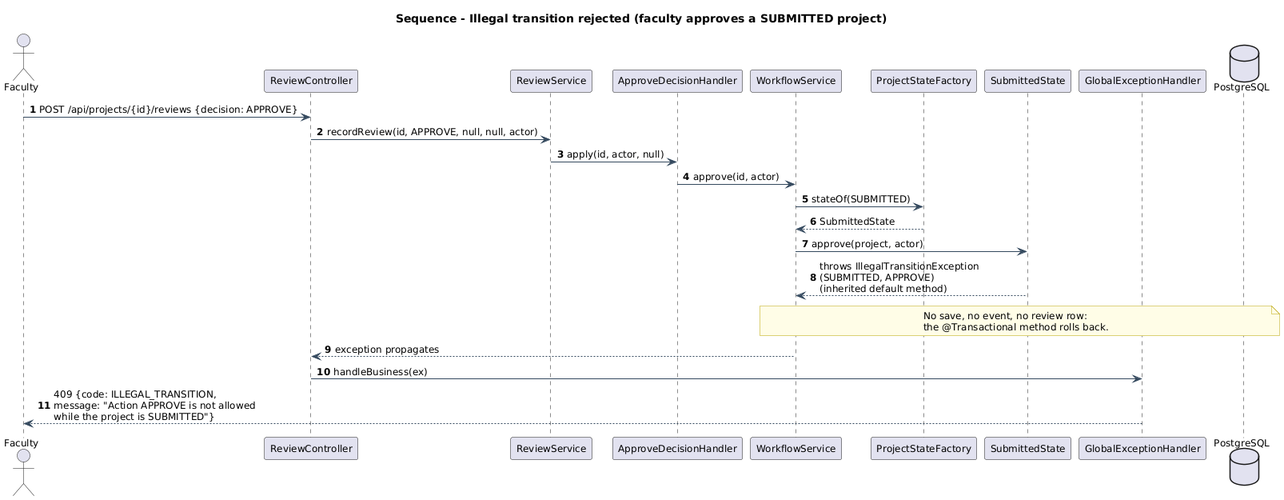
Earlier version of the PlantUML export docs/uml/png/08_seq_illegal_transition.png (udita-0707/Prastaav).
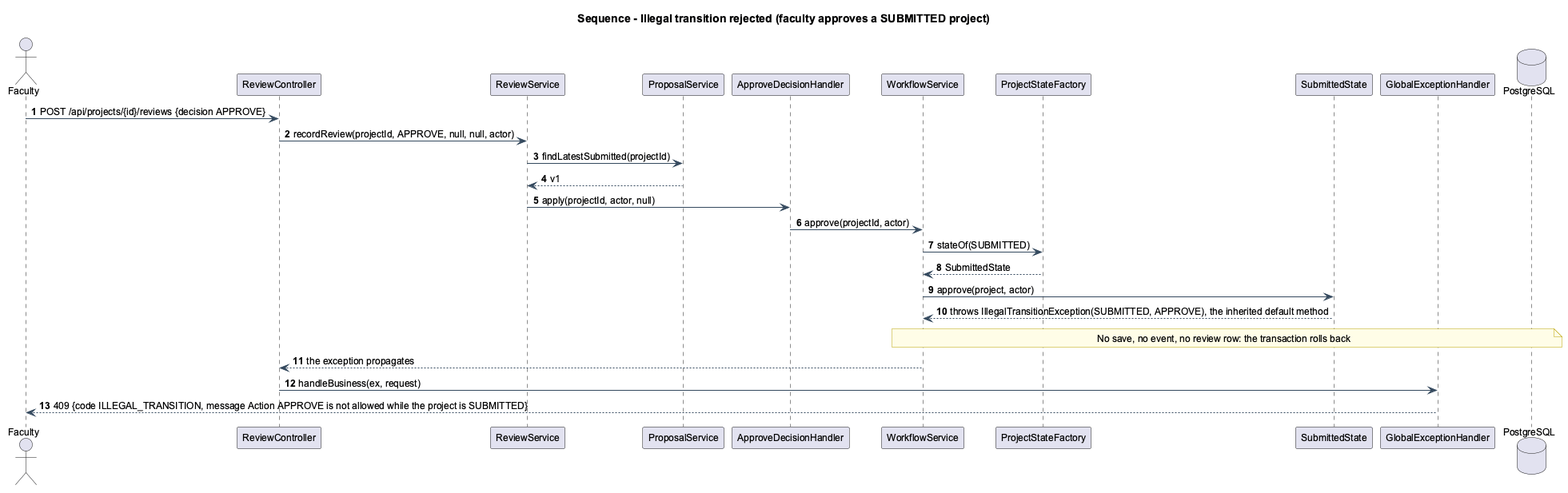
The same diagram one commit later.

Change to the diagram source:
```diff
@@ -1,10 +1,12 @@
 @startuml 08_seq_illegal_transition
+!pragma layout smetana
 !include _style.iuml
 title Sequence - Illegal transition rejected (faculty approves a SUBMITTED project)
 autonumber
 actor Faculty
 participant "ReviewController" as RC
 participant "ReviewService" as RS
+participant "ProposalService" as PRS
 participant "ApproveDecisionHandler" as AH
 participant "WorkflowService" as WS
 participant "ProjectStateFactory" as PSF
@@ -12,16 +14,18 @@
 participant "GlobalExceptionHandler" as GEH
 database PostgreSQL as DB
 
-Faculty -> RC : POST /api/projects/{id}/reviews {decision: APPROVE}
-RC -> RS : recordReview(id, APPROVE, null, null, actor)
-RS -> AH : apply(id, actor, null)
-AH -> WS : approve(id, actor)
+Faculty -> RC : POST /api/projects/{id}/reviews {decision APPROVE}
+RC -> RS : recordReview(projectId, APPROVE, null, null, actor)
+RS -> PRS : findLatestSubmitted(projectId)
+PRS --> RS : v1
+RS -> AH : apply(projectId, actor, null)
+AH -> WS : approve(projectId, actor)
 WS -> PSF : stateOf(SUBMITTED)
 PSF --> WS : SubmittedState
 WS -> SS : approve(project, actor)
-SS --> WS : throws IllegalTransitionException\n(SUBMITTED, APPROVE)\n(inherited default method)
-note over WS, DB : No save, no event, no review row:\nthe @Transactional method rolls back.
-WS --> RC : exception propagates
-RC -> GEH : handleBusiness(ex)
-GEH --> Faculty : 409 {code: ILLEGAL_TRANSITION,\nmessage: "Action APPROVE is not allowed\nwhile the project is SUBMITTED"}
+SS --> WS : throws IllegalTransitionException(SUBMITTED, APPROVE), the inherited default method
+note over WS, DB : No save, no event, no review row: the transaction rolls back
+WS --> RC : the exception propagates
+RC -> GEH : handleBusiness(ex, request)
+GEH --> Faculty : 409 {code ILLEGAL_TRANSITION, message Action APPROVE is not allowed while the project is SUBMITTED}
 @enduml
```
